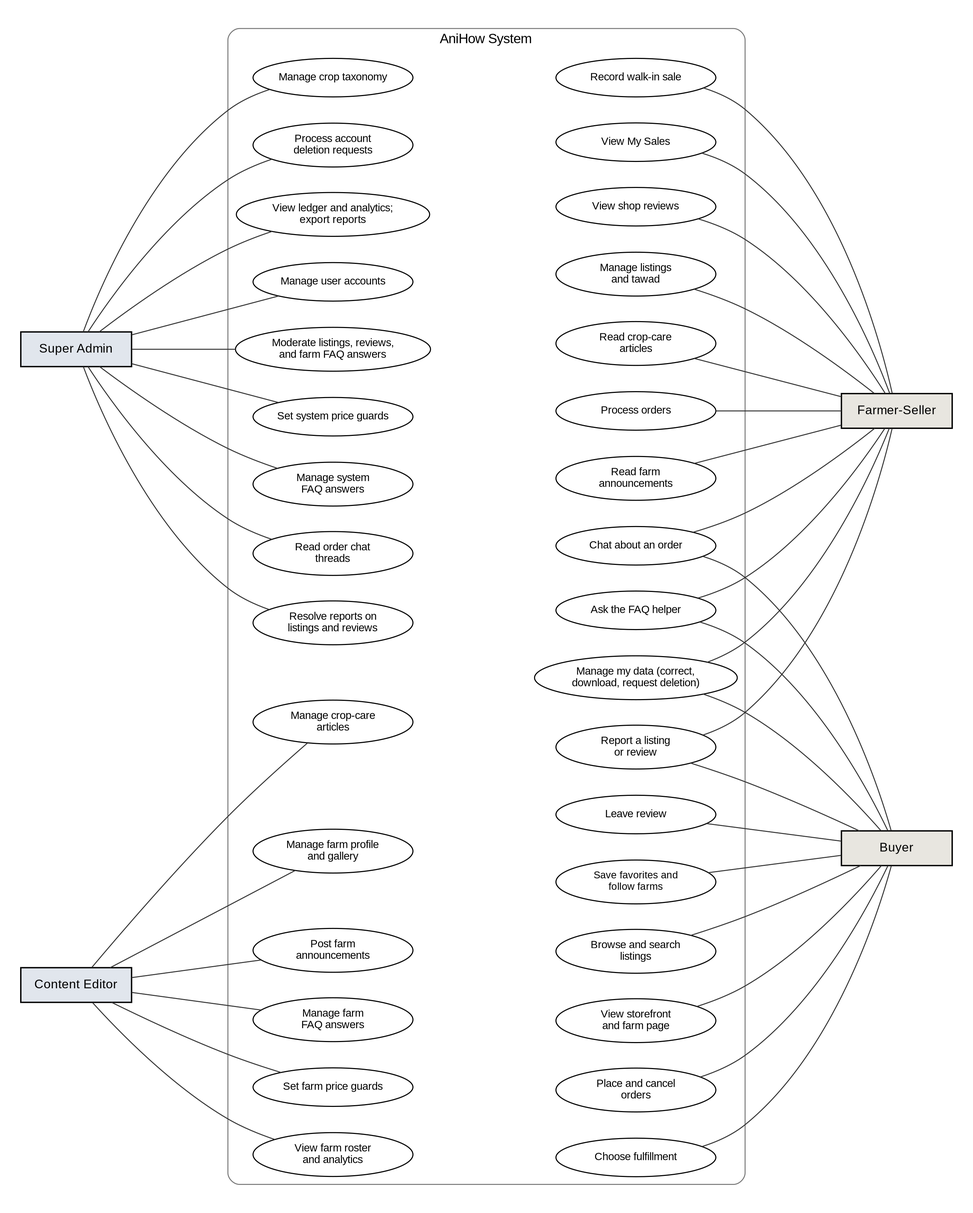
Above: docs/manuscript/figures/fig5_use_case.png in shawncastaneda11-commits/anihow-backend (Graphviz), before the change. Its source is kept beside it as docs/manuscript/figures/src/fig5_use_case.dot.
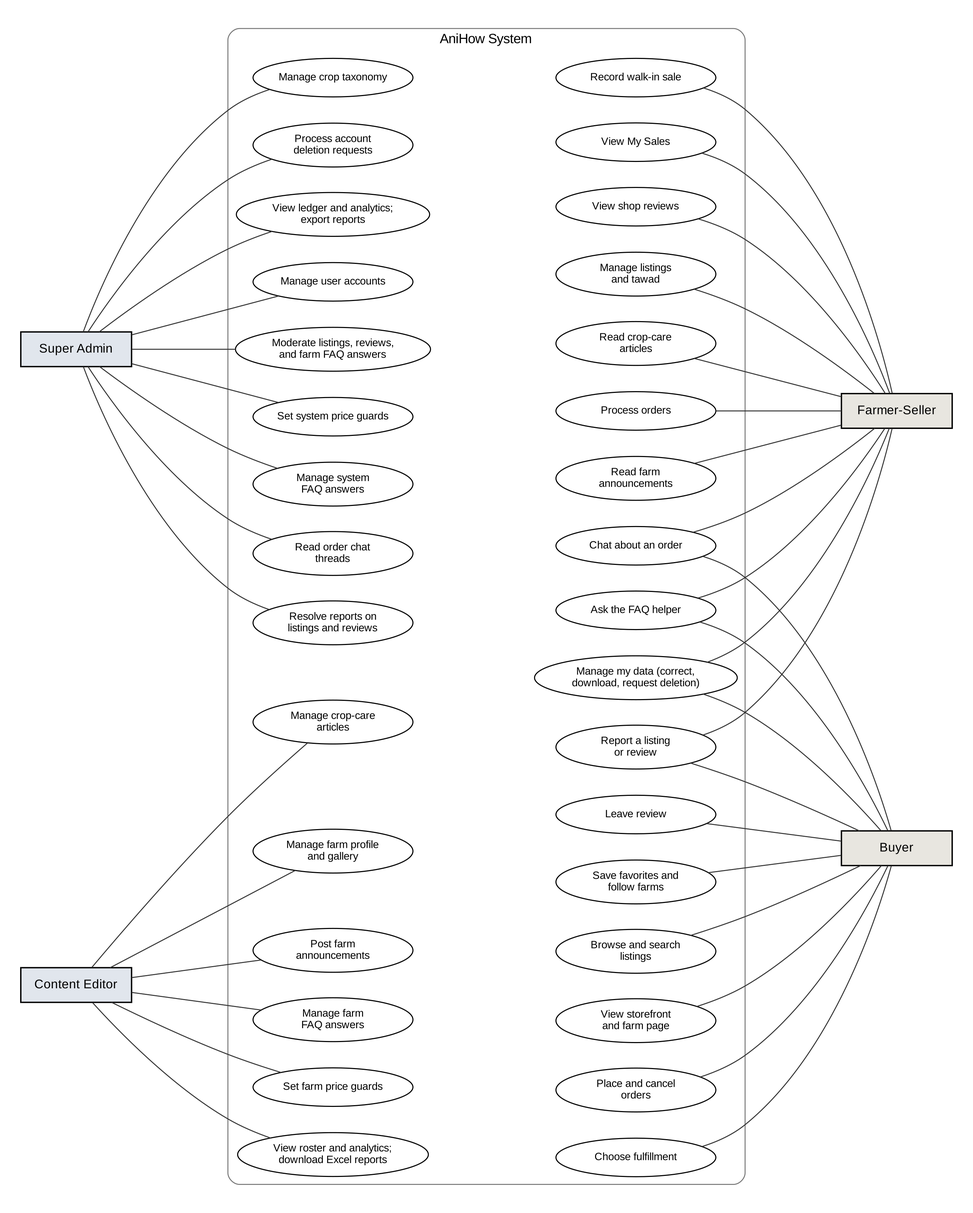
After the change.

Change to the diagram source:
```diff
@@ -28,7 +28,7 @@
     ce3 [label="Post farm\nannouncements"];
     ce4 [label="Manage farm\nFAQ answers"];
     ce5 [label="Set farm price guards"];
-    ce6 [label="View farm roster\nand analytics"];
+    ce6 [label="View roster and analytics;\ndownload Excel reports"];
 
     fs1 [label="Manage listings\nand tawad"];
     fs2 [label="Process orders"];
```
